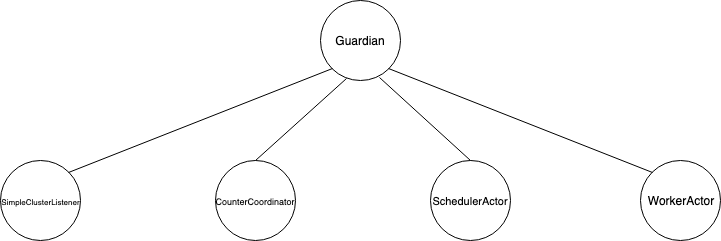
The draw.io diagram docs/Actor_Hierarchy.png in fjbenitog/akka-cluster, before a commit. Source tidied: cells renumbered, new cells last; positions are measured from the earlier drawing's top-left corner, leaving out a move shared by most shapes. Source of this version:
```xml
<mxGraphModel>
  <root>
    <mxCell id="0" />
    <mxCell id="1" parent="0" />
    <mxCell id="2" value="Guardian" style="ellipse;whiteSpace=wrap;html=1;" parent="1" vertex="1">
      <mxGeometry x="320" width="80" height="80" as="geometry" />
    </mxCell>
    <mxCell id="3" value="&lt;font style=&quot;font-size: 8px&quot;&gt;SimpleClusterListener&lt;/font&gt;" style="ellipse;whiteSpace=wrap;html=1;" parent="1" vertex="1">
      <mxGeometry y="160" width="80" height="80" as="geometry" />
    </mxCell>
    <mxCell id="4" style="endArrow=none;html=1;exitX=1;exitY=0;exitDx=0;exitDy=0;entryX=0;entryY=1;entryDx=0;entryDy=0;" parent="1" edge="1" source="3" target="2">
      <mxGeometry relative="1" as="geometry" />
    </mxCell>
    <mxCell id="5" value="&lt;font style=&quot;font-size: 11px&quot;&gt;SchedulerActor&lt;/font&gt;" style="ellipse;whiteSpace=wrap;html=1;" parent="1" vertex="1">
      <mxGeometry x="430" y="160" width="80" height="80" as="geometry" />
    </mxCell>
    <mxCell id="6" style="endArrow=none;html=1;entryX=0.738;entryY=0.963;entryDx=0;entryDy=0;exitX=0.5;exitY=0;exitDx=0;exitDy=0;entryPerimeter=0;" parent="1" edge="1" source="5" target="2">
      <mxGeometry relative="1" as="geometry" />
    </mxCell>
    <mxCell id="7" value="WorkerActor" style="ellipse;whiteSpace=wrap;html=1;" parent="1" vertex="1">
      <mxGeometry x="640" y="160" width="80" height="80" as="geometry" />
    </mxCell>
    <mxCell id="8" style="endArrow=none;html=1;entryX=0;entryY=0;entryDx=0;entryDy=0;exitX=1;exitY=1;exitDx=0;exitDy=0;" parent="1" edge="1" source="2" target="7">
      <mxGeometry relative="1" as="geometry" />
    </mxCell>
    <mxCell id="9" value="&lt;font style=&quot;font-size: 9px&quot;&gt;CounterCoordinator&lt;/font&gt;" style="ellipse;whiteSpace=wrap;html=1;" parent="1" vertex="1">
      <mxGeometry x="215" y="160" width="80" height="80" as="geometry" />
    </mxCell>
    <mxCell id="10" style="endArrow=none;html=1;entryX=0.325;entryY=0.975;entryDx=0;entryDy=0;entryPerimeter=0;exitX=0.5;exitY=0;exitDx=0;exitDy=0;" parent="1" edge="1" source="9" target="2">
      <mxGeometry relative="1" as="geometry" />
    </mxCell>
  </root>
</mxGraphModel>
```
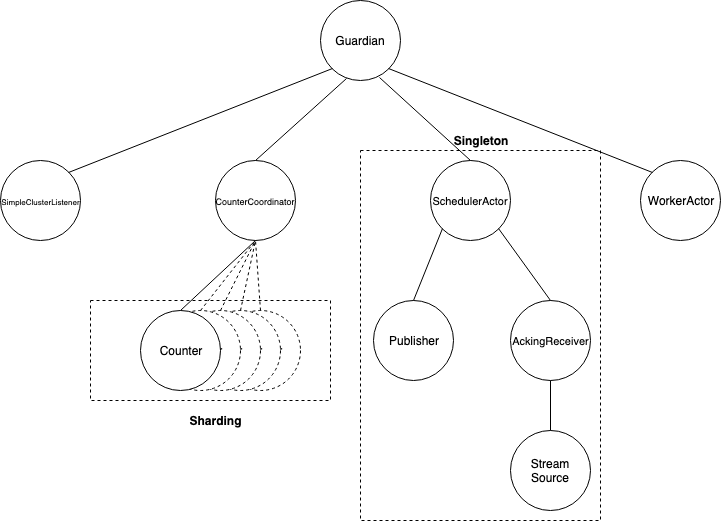
The same diagram one commit later.

Commit message:
Complete Actor Hierarchy diagram

Diff of the diagram source:
```diff
@@ -2,6 +2,24 @@
   <root>
     <mxCell id="0" />
     <mxCell id="1" parent="0" />
+    <mxCell id="11" style="rounded=0;whiteSpace=wrap;html=1;dashed=1;" parent="1" vertex="1">
+      <mxGeometry x="90" y="300" width="240" height="100" as="geometry" />
+    </mxCell>
+    <mxCell id="12" value="Counter" style="ellipse;whiteSpace=wrap;html=1;dashed=1;" parent="1" vertex="1">
+      <mxGeometry x="220" y="310" width="80" height="80" as="geometry" />
+    </mxCell>
+    <mxCell id="13" value="Counter" style="ellipse;whiteSpace=wrap;html=1;dashed=1;" parent="1" vertex="1">
+      <mxGeometry x="200" y="310" width="80" height="80" as="geometry" />
+    </mxCell>
+    <mxCell id="14" value="Counter" style="ellipse;whiteSpace=wrap;html=1;dashed=1;" parent="1" vertex="1">
+      <mxGeometry x="180" y="310" width="80" height="80" as="geometry" />
+    </mxCell>
+    <mxCell id="15" value="Counter" style="ellipse;whiteSpace=wrap;html=1;dashed=1;" parent="1" vertex="1">
+      <mxGeometry x="160" y="310" width="80" height="80" as="geometry" />
+    </mxCell>
+    <mxCell id="16" style="rounded=0;whiteSpace=wrap;html=1;dashed=1;align=center;" parent="1" vertex="1">
+      <mxGeometry x="360" y="150" width="240" height="370" as="geometry" />
+    </mxCell>
     <mxCell id="2" value="Guardian" style="ellipse;whiteSpace=wrap;html=1;" parent="1" vertex="1">
       <mxGeometry x="320" width="80" height="80" as="geometry" />
     </mxCell>
@@ -29,5 +47,49 @@
     <mxCell id="10" style="endArrow=none;html=1;entryX=0.325;entryY=0.975;entryDx=0;entryDy=0;entryPerimeter=0;exitX=0.5;exitY=0;exitDx=0;exitDy=0;" parent="1" edge="1" source="9" target="2">
       <mxGeometry relative="1" as="geometry" />
     </mxCell>
+    <mxCell id="17" value="Publisher" style="ellipse;whiteSpace=wrap;html=1;" parent="1" vertex="1">
+      <mxGeometry x="373" y="300" width="80" height="80" as="geometry" />
+    </mxCell>
+    <mxCell id="18" style="endArrow=none;html=1;entryX=0;entryY=1;entryDx=0;entryDy=0;exitX=0.5;exitY=0;exitDx=0;exitDy=0;" parent="1" edge="1" source="17" target="5">
+      <mxGeometry relative="1" as="geometry" />
+    </mxCell>
+    <mxCell id="19" value="&lt;font style=&quot;font-size: 11px&quot;&gt;AckingReceiver&lt;/font&gt;" style="ellipse;whiteSpace=wrap;html=1;" parent="1" vertex="1">
+      <mxGeometry x="510" y="300" width="80" height="80" as="geometry" />
+    </mxCell>
+    <mxCell id="20" style="endArrow=none;html=1;entryX=1;entryY=1;entryDx=0;entryDy=0;exitX=0.5;exitY=0;exitDx=0;exitDy=0;" parent="1" edge="1" source="19" target="5">
+      <mxGeometry relative="1" as="geometry" />
+    </mxCell>
+    <mxCell id="21" value="Stream Source" style="ellipse;whiteSpace=wrap;html=1;" parent="1" vertex="1">
+      <mxGeometry x="510" y="430" width="80" height="80" as="geometry" />
+    </mxCell>
+    <mxCell id="22" style="endArrow=none;html=1;entryX=0.5;entryY=1;entryDx=0;entryDy=0;exitX=0.5;exitY=0;exitDx=0;exitDy=0;" parent="1" edge="1" source="21" target="19">
+      <mxGeometry relative="1" as="geometry" />
+    </mxCell>
+    <mxCell id="23" value="Singleton" style="text;html=1;strokeColor=none;fillColor=none;align=center;verticalAlign=middle;whiteSpace=wrap;rounded=0;dashed=1;fontStyle=1;" parent="1" vertex="1">
+      <mxGeometry x="460" y="130" width="40" height="20" as="geometry" />
+    </mxCell>
+    <mxCell id="24" value="Counter" style="ellipse;whiteSpace=wrap;html=1;" parent="1" vertex="1">
+      <mxGeometry x="140" y="310" width="80" height="80" as="geometry" />
+    </mxCell>
+    <mxCell id="25" style="endArrow=none;html=1;entryX=0.5;entryY=1;entryDx=0;entryDy=0;exitX=0.5;exitY=0;exitDx=0;exitDy=0;" parent="1" edge="1" source="24" target="9">
+      <mxGeometry relative="1" as="geometry" />
+    </mxCell>
+    <mxCell id="26" style="endArrow=none;dashed=1;html=1;exitX=0.5;exitY=0;exitDx=0;exitDy=0;entryX=0.5;entryY=1;entryDx=0;entryDy=0;" parent="1" edge="1" source="15" target="9">
+      <mxGeometry relative="1" as="geometry" />
+    </mxCell>
+    <mxCell id="27" style="endArrow=none;dashed=1;html=1;exitX=0.5;exitY=0;exitDx=0;exitDy=0;entryX=0.5;entryY=1;entryDx=0;entryDy=0;" parent="1" edge="1" source="14" target="9">
+      <mxGeometry relative="1" as="geometry" />
+    </mxCell>
+    <mxCell id="28" style="endArrow=none;dashed=1;html=1;exitX=0.5;exitY=0;exitDx=0;exitDy=0;entryX=0.5;entryY=1;entryDx=0;entryDy=0;" parent="1" edge="1" source="13" target="9">
+      <mxGeometry relative="1" as="geometry" />
+    </mxCell>
+    <mxCell id="29" style="endArrow=none;dashed=1;html=1;entryX=0.5;entryY=1;entryDx=0;entryDy=0;" parent="1" edge="1" target="9">
+      <mxGeometry relative="1" as="geometry">
+        <mxPoint x="260" y="310" as="sourcePoint" />
+      </mxGeometry>
+    </mxCell>
+    <mxCell id="30" value="&lt;b&gt;Sharding&lt;/b&gt;" style="text;html=1;strokeColor=none;fillColor=none;align=center;verticalAlign=middle;whiteSpace=wrap;rounded=0;dashed=1;" parent="1" vertex="1">
+      <mxGeometry x="195" y="410" width="40" height="20" as="geometry" />
+    </mxCell>
   </root>
 </mxGraphModel>
```
